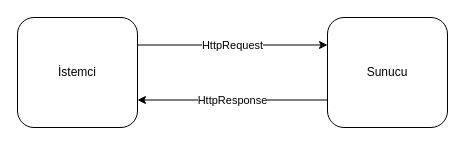
Earlier version of the draw.io diagram page "Http" (1 of 2) of Drawings.drawio (zcomert/BTK-AI-based-Web-Apps). Source tidied: cells renumbered, new cells numbered last; positions are measured from the earlier drawing's top-left corner, leaving out a move shared by most shapes. Both pictures are drawn from the tidied source at 100%, with x=0, y=0 at pixel (17, 17).
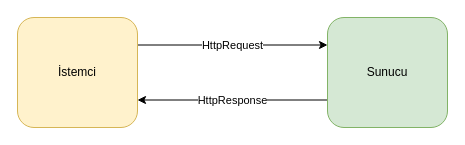
Above is the later version.

What changed in the source:
```diff
@@
 <mxGraphModel>
   <root>
     <mxCell id="0" />
     <mxCell id="1" parent="0" />
     <mxCell id="2" value="HttpRequest" style="edgeStyle=orthogonalEdgeStyle;rounded=0;jettySize=auto;html=1;entryX=0;entryY=0.25;entryDx=0;entryDy=0;exitX=1;exitY=0.25;exitDx=0;exitDy=0;" parent="1" edge="1" source="3" target="5">
       <mxGeometry relative="1" as="geometry" />
     </mxCell>
-    <mxCell id="3" value="İstemci" style="rounded=1;whiteSpace=wrap;html=1;" parent="1" vertex="1">
+    <mxCell id="3" value="İstemci" style="rounded=1;whiteSpace=wrap;html=1;fillColor=#fff2cc;strokeColor=#d6b656;" parent="1" vertex="1">
       <mxGeometry width="120" height="110" as="geometry" />
     </mxCell>
     <mxCell id="4" value="HttpResponse" style="edgeStyle=orthogonalEdgeStyle;rounded=0;jettySize=auto;html=1;entryX=1;entryY=0.75;entryDx=0;entryDy=0;exitX=0;exitY=0.75;exitDx=0;exitDy=0;" parent="1" edge="1" source="5" target="3">
       <mxGeometry relative="1" as="geometry" />
     </mxCell>
-    <mxCell id="5" value="Sunucu" style="rounded=1;whiteSpace=wrap;html=1;" parent="1" vertex="1">
+    <mxCell id="5" value="Sunucu" style="rounded=1;whiteSpace=wrap;html=1;fillColor=#d5e8d4;strokeColor=#82b366;" parent="1" vertex="1">
       <mxGeometry x="310" width="120" height="110" as="geometry" />
     </mxCell>
   </root>
 </mxGraphModel>
```
